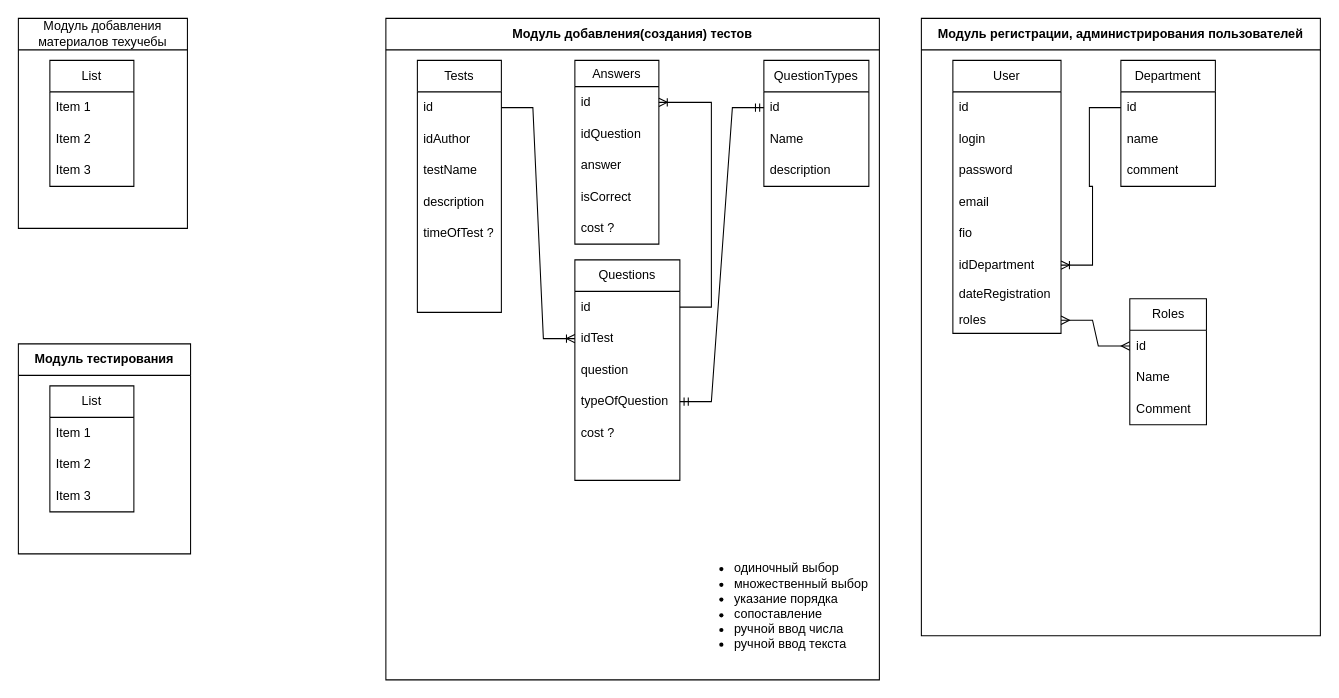
The draw.io diagram техучеба.drawio in djbobah/testing, before the edit. Source tidied: cells renumbered, new cells numbered last; positions are measured from the earlier drawing's top-left corner, leaving out a move shared by most shapes. Both pictures are drawn from the tidied source at 105%, with x=0, y=0 at pixel (18, 18).
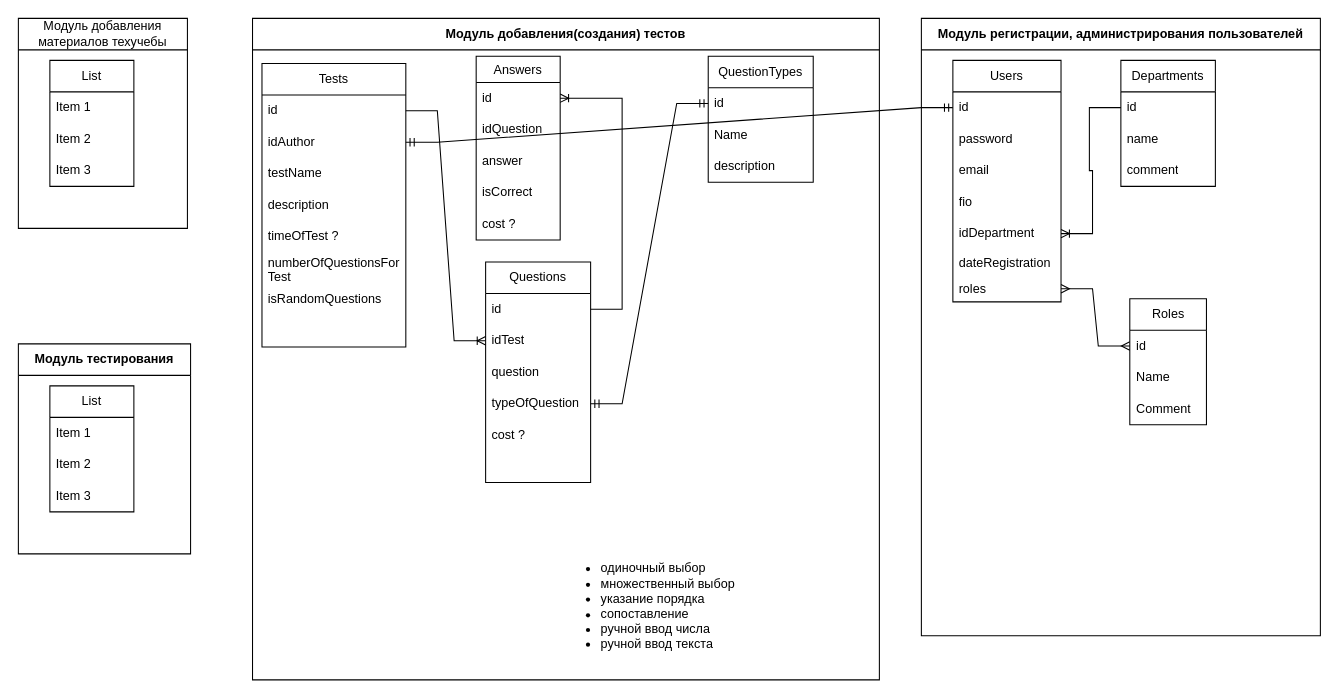
After the change.

The change refers to these unchanged cells:
```xml
<mxCell id="42" value="Модуль регистрации, администрирования пользователей" style="swimlane;whiteSpace=wrap;html=1;startSize=30;" parent="1" vertex="1">
  <mxGeometry x="860" width="380" height="588" as="geometry" />
</mxCell>
<mxCell id="44" value="id" style="text;strokeColor=none;fillColor=none;align=left;verticalAlign=middle;spacingLeft=4;spacingRight=4;overflow=hidden;points=[[0,0.5],[1,0.5]];portConstraint=eastwest;whiteSpace=wrap;html=1;" parent="43" vertex="1">
  <mxGeometry y="30" width="103" height="30" as="geometry" />
</mxCell>
```

Change to the diagram source:
```diff
@@
     <mxCell id="7" value="Модуль добавления(создания) тестов" style="swimlane;whiteSpace=wrap;html=1;startSize=30;" parent="1" vertex="1">
-      <mxGeometry x="350" width="470" height="630" as="geometry" />
+      <mxGeometry x="223" width="597" height="630" as="geometry" />
     </mxCell>
     <mxCell id="8" value="Tests" style="swimlane;fontStyle=0;horizontal=1;startSize=30;whiteSpace=wrap;html=1;" parent="7" vertex="1">
-      <mxGeometry x="30" y="40" width="80" height="240" as="geometry" />
+      <mxGeometry x="9" y="43" width="137" height="270" as="geometry" />
     </mxCell>
     <mxCell id="9" value="id" style="text;strokeColor=none;fillColor=none;align=left;verticalAlign=middle;spacingLeft=4;spacingRight=4;overflow=hidden;points=[[0,0.5],[1,0.5]];portConstraint=eastwest;whiteSpace=wrap;html=1;" parent="8" vertex="1">
-      <mxGeometry y="30" width="80" height="30" as="geometry" />
+      <mxGeometry y="30" width="137" height="30" as="geometry" />
     </mxCell>
     <mxCell id="10" value="idAuthor" style="text;strokeColor=none;fillColor=none;align=left;verticalAlign=middle;spacingLeft=4;spacingRight=4;overflow=hidden;points=[[0,0.5],[1,0.5]];portConstraint=eastwest;whiteSpace=wrap;html=1;" parent="8" vertex="1">
-      <mxGeometry y="60" width="80" height="30" as="geometry" />
+      <mxGeometry y="60" width="137" height="30" as="geometry" />
     </mxCell>
     <mxCell id="11" value="testName" style="text;strokeColor=none;fillColor=none;align=left;verticalAlign=middle;spacingLeft=4;spacingRight=4;overflow=hidden;whiteSpace=wrap;html=1;" parent="8" vertex="1">
-      <mxGeometry y="90" width="80" height="30" as="geometry" />
+      <mxGeometry y="90" width="137" height="30" as="geometry" />
     </mxCell>
     <mxCell id="12" value="description" style="text;strokeColor=none;fillColor=none;align=left;verticalAlign=middle;spacingLeft=4;spacingRight=4;overflow=hidden;whiteSpace=wrap;html=1;" parent="8" vertex="1">
-      <mxGeometry y="120" width="80" height="30" as="geometry" />
+      <mxGeometry y="120" width="137" height="30" as="geometry" />
     </mxCell>
     <mxCell id="13" value="timeOfTest ?" style="text;strokeColor=none;fillColor=none;align=left;verticalAlign=middle;spacingLeft=4;spacingRight=4;overflow=hidden;whiteSpace=wrap;html=1;" parent="8" vertex="1">
-      <mxGeometry y="150" width="80" height="30" as="geometry" />
+      <mxGeometry y="150" width="137" height="30" as="geometry" />
     </mxCell>
+    <mxCell id="62" value="numberOfQuestionsFor Test" style="text;strokeColor=none;fillColor=none;align=left;verticalAlign=middle;spacingLeft=4;spacingRight=4;overflow=hidden;whiteSpace=wrap;html=1;" parent="8" vertex="1">
+      <mxGeometry y="180" width="137" height="30" as="geometry" />
+    </mxCell>
-    <mxCell id="14" style="text;strokeColor=none;fillColor=none;align=left;verticalAlign=middle;spacingLeft=4;spacingRight=4;overflow=hidden;whiteSpace=wrap;html=1;" parent="8" vertex="1">
-      <mxGeometry y="180" width="80" height="30" as="geometry" />
+    <mxCell id="14" value="isRandomQuestions" style="text;strokeColor=none;fillColor=none;align=left;verticalAlign=middle;spacingLeft=4;spacingRight=4;overflow=hidden;whiteSpace=wrap;html=1;" parent="8" vertex="1">
+      <mxGeometry y="210" width="137" height="30" as="geometry" />
     </mxCell>
     <mxCell id="15" style="text;strokeColor=none;fillColor=none;align=left;verticalAlign=middle;spacingLeft=4;spacingRight=4;overflow=hidden;whiteSpace=wrap;html=1;" parent="8" vertex="1">
-      <mxGeometry y="210" width="80" height="30" as="geometry" />
+      <mxGeometry y="240" width="137" height="30" as="geometry" />
     </mxCell>
     <mxCell id="16" value="Questions" style="swimlane;fontStyle=0;horizontal=1;startSize=30;whiteSpace=wrap;html=1;" parent="7" vertex="1">
-      <mxGeometry x="180" y="230" width="100" height="210" as="geometry" />
+      <mxGeometry x="222" y="232" width="100" height="210" as="geometry" />
     </mxCell>
@@
     <mxCell id="25" value="Answers" style="swimlane;fontStyle=0;horizontal=1;startSize=25;whiteSpace=wrap;html=1;" parent="7" vertex="1">
-      <mxGeometry x="180" y="40" width="80" height="175" as="geometry" />
+      <mxGeometry x="213" y="36" width="80" height="175" as="geometry" />
     </mxCell>
@@
     <mxCell id="32" value="QuestionTypes" style="swimlane;fontStyle=0;horizontal=1;startSize=30;whiteSpace=wrap;html=1;" parent="7" vertex="1">
-      <mxGeometry x="360" y="40" width="100" height="120" as="geometry" />
+      <mxGeometry x="434" y="36" width="100" height="120" as="geometry" />
     </mxCell>
@@
-    <mxCell id="43" value="User" style="swimlane;fontStyle=0;horizontal=1;startSize=30;whiteSpace=wrap;html=1;" parent="42" vertex="1">
-      <mxGeometry x="30" y="40" width="103" height="260" as="geometry" />
+    <mxCell id="43" value="Users" style="swimlane;fontStyle=0;horizontal=1;startSize=30;whiteSpace=wrap;html=1;" parent="42" vertex="1">
+      <mxGeometry x="30" y="40" width="103" height="230" as="geometry" />
     </mxCell>
@@
-    <mxCell id="45" value="login" style="text;strokeColor=none;fillColor=none;align=left;verticalAlign=middle;spacingLeft=4;spacingRight=4;overflow=hidden;whiteSpace=wrap;html=1;" parent="43" vertex="1">
-      <mxGeometry y="60" width="103" height="30" as="geometry" />
-    </mxCell>
     <mxCell id="46" value="password" style="text;strokeColor=none;fillColor=none;align=left;verticalAlign=middle;spacingLeft=4;spacingRight=4;overflow=hidden;whiteSpace=wrap;html=1;" parent="43" vertex="1">
-      <mxGeometry y="90" width="103" height="30" as="geometry" />
+      <mxGeometry y="60" width="103" height="30" as="geometry" />
     </mxCell>
     <mxCell id="47" value="email" style="text;strokeColor=none;fillColor=none;align=left;verticalAlign=middle;spacingLeft=4;spacingRight=4;overflow=hidden;whiteSpace=wrap;html=1;" parent="43" vertex="1">
-      <mxGeometry y="120" width="103" height="30" as="geometry" />
+      <mxGeometry y="90" width="103" height="30" as="geometry" />
     </mxCell>
     <mxCell id="48" value="fio" style="text;strokeColor=none;fillColor=none;align=left;verticalAlign=middle;spacingLeft=4;spacingRight=4;overflow=hidden;whiteSpace=wrap;html=1;" parent="43" vertex="1">
-      <mxGeometry y="150" width="103" height="30" as="geometry" />
+      <mxGeometry y="120" width="103" height="30" as="geometry" />
     </mxCell>
     <mxCell id="49" value="idDepartment" style="text;strokeColor=none;fillColor=none;align=left;verticalAlign=middle;spacingLeft=4;spacingRight=4;overflow=hidden;points=[[0,0.5],[1,0.5]];portConstraint=eastwest;whiteSpace=wrap;html=1;" parent="43" vertex="1">
-      <mxGeometry y="180" width="103" height="30" as="geometry" />
+      <mxGeometry y="150" width="103" height="30" as="geometry" />
     </mxCell>
     <mxCell id="50" value="dateRegistration" style="text;strokeColor=none;fillColor=none;align=left;verticalAlign=middle;spacingLeft=4;spacingRight=4;overflow=hidden;whiteSpace=wrap;html=1;" parent="43" vertex="1">
-      <mxGeometry y="210" width="103" height="25" as="geometry" />
+      <mxGeometry y="180" width="103" height="25" as="geometry" />
     </mxCell>
     <mxCell id="51" value="roles" style="text;strokeColor=none;fillColor=none;align=left;verticalAlign=middle;spacingLeft=4;spacingRight=4;overflow=hidden;points=[[0,0.5],[1,0.5]];portConstraint=eastwest;whiteSpace=wrap;html=1;" parent="43" vertex="1">
-      <mxGeometry y="235" width="103" height="25" as="geometry" />
+      <mxGeometry y="205" width="103" height="25" as="geometry" />
     </mxCell>
-    <mxCell id="52" value="Department" style="swimlane;fontStyle=0;horizontal=1;startSize=30;whiteSpace=wrap;html=1;" parent="42" vertex="1">
+    <mxCell id="52" value="Departments" style="swimlane;fontStyle=0;horizontal=1;startSize=30;whiteSpace=wrap;html=1;" parent="42" vertex="1">
       <mxGeometry x="190" y="40" width="90" height="120" as="geometry" />
     </mxCell>
@@
+    <mxCell id="63" style="edgeStyle=entityRelationEdgeStyle;fontSize=12;html=1;endArrow=ERmandOne;startArrow=ERmandOne;rounded=0;" parent="1" edge="1" source="10" target="44">
+      <mxGeometry relative="1" as="geometry" />
+    </mxCell>
```
